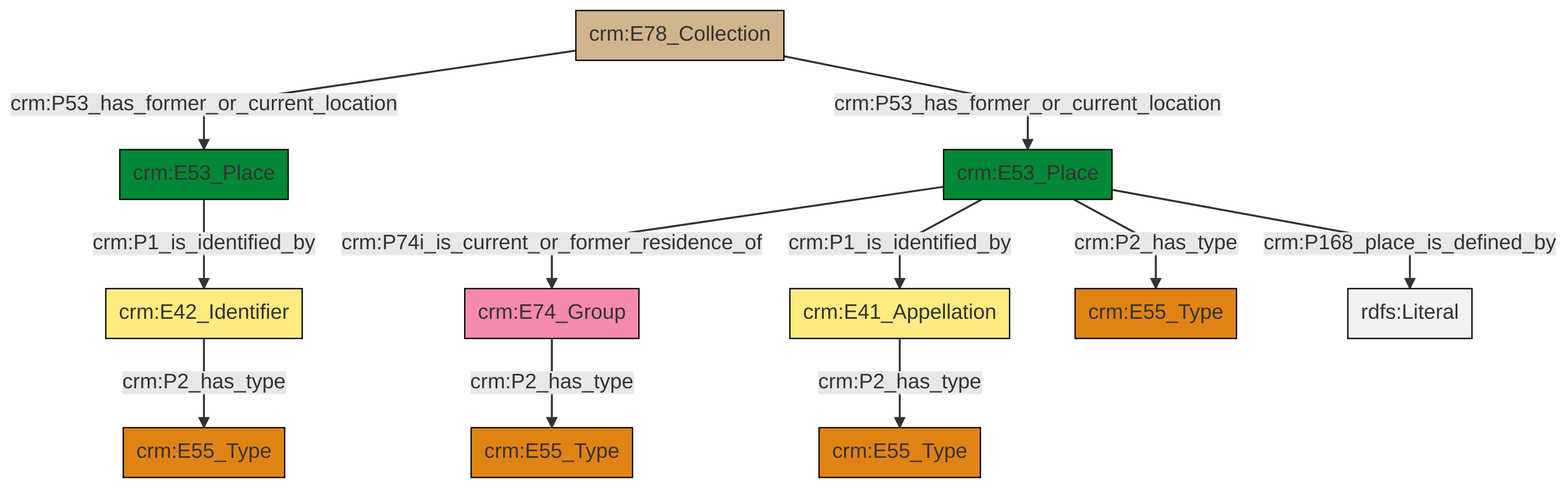
Earlier version of the Mermaid export et/archivalCSV/ttl/mmd/png/archival_location.png (swiss-art-research-net/docs.swissartresearch). Its source is kept beside it as et/archivalCSV/ttl/mmd/archival_location.ttl.mmd.
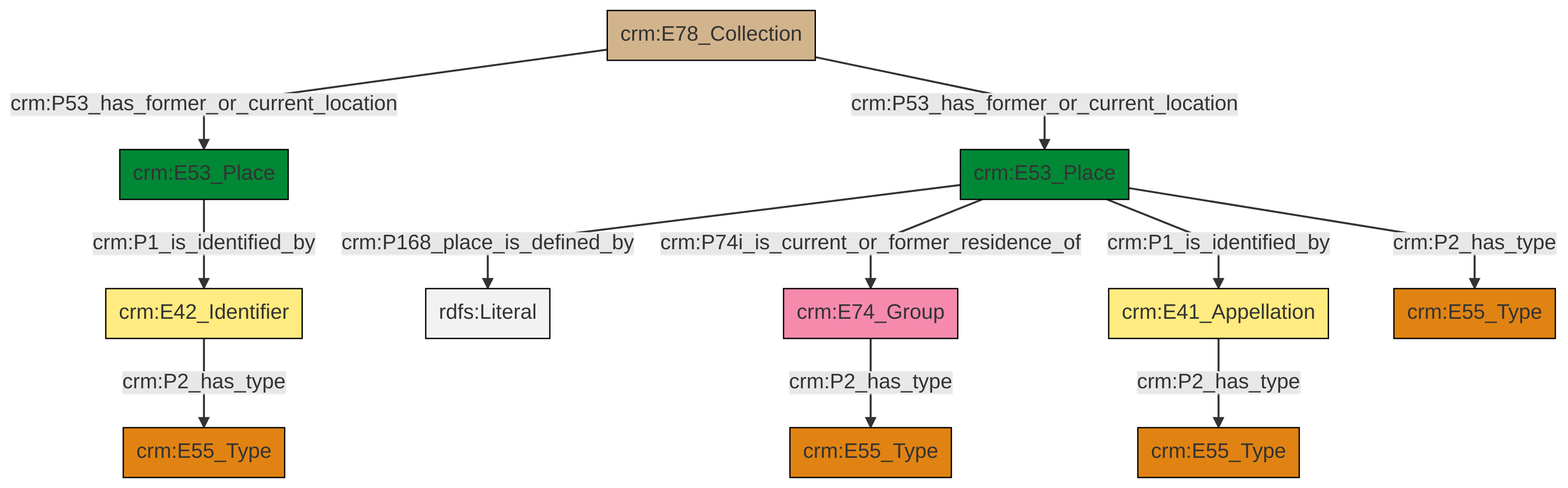
After the change.

What changed in the source:
```diff
@@ -13,13 +13,13 @@
 classDef PC_Classes fill:#4ce600, stroke:#000000;
 classDef Multi fill:#cccccc,stroke:#000000;
 
-4["crm:E53_Place"]:::Place -->|crm:P74i_is_current_or_former_residence_of| 5["crm:E74_Group"]:::Actor
-8["crm:E41_Appellation"]:::Appellation -->|crm:P2_has_type| 9["crm:E55_Type"]:::Type
-10["crm:E78_Collection"]:::Physical_Thing -->|crm:P53_has_former_or_current_location| 0["crm:E53_Place"]:::Place
-4["crm:E53_Place"]:::Place -->|crm:P1_is_identified_by| 8["crm:E41_Appellation"]:::Appellation
-4["crm:E53_Place"]:::Place -->|crm:P2_has_type| 2["crm:E55_Type"]:::Type
-4["crm:E53_Place"]:::Place -->|crm:P168_place_is_defined_by| 18[rdfs:Literal]:::Literal
-6["crm:E42_Identifier"]:::Appellation -->|crm:P2_has_type| 14["crm:E55_Type"]:::Type
-0["crm:E53_Place"]:::Place -->|crm:P1_is_identified_by| 6["crm:E42_Identifier"]:::Appellation
-5["crm:E74_Group"]:::Actor -->|crm:P2_has_type| 12["crm:E55_Type"]:::Type
-10["crm:E78_Collection"]:::Physical_Thing -->|crm:P53_has_former_or_current_location| 4["crm:E53_Place"]:::Place
+2["crm:E53_Place"]:::Place -->|crm:P168_place_is_defined_by| 3[rdfs:Literal]:::Literal
+2["crm:E53_Place"]:::Place -->|crm:P74i_is_current_or_former_residence_of| 7["crm:E74_Group"]:::Actor
+9["crm:E42_Identifier"]:::Appellation -->|crm:P2_has_type| 5["crm:E55_Type"]:::Type
+2["crm:E53_Place"]:::Place -->|crm:P1_is_identified_by| 11["crm:E41_Appellation"]:::Appellation
+14["crm:E78_Collection"]:::Physical_Thing -->|crm:P53_has_former_or_current_location| 15["crm:E53_Place"]:::Place
+7["crm:E74_Group"]:::Actor -->|crm:P2_has_type| 16["crm:E55_Type"]:::Type
+14["crm:E78_Collection"]:::Physical_Thing -->|crm:P53_has_former_or_current_location| 2["crm:E53_Place"]:::Place
+15["crm:E53_Place"]:::Place -->|crm:P1_is_identified_by| 9["crm:E42_Identifier"]:::Appellation
+11["crm:E41_Appellation"]:::Appellation -->|crm:P2_has_type| 0["crm:E55_Type"]:::Type
+2["crm:E53_Place"]:::Place -->|crm:P2_has_type| 12["crm:E55_Type"]:::Type
```
